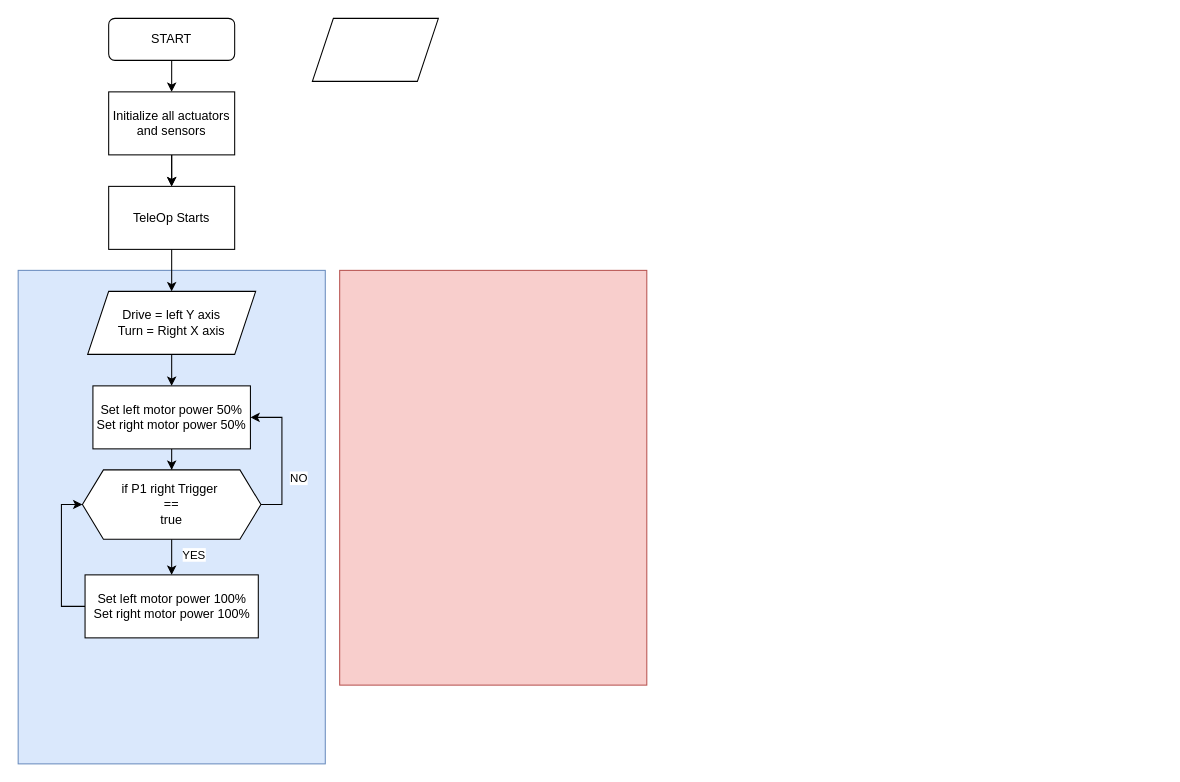
This is Untitled Diagram.drawio from CoderAhza/FTC-FGC, a draw.io file, before an edit. Source tidied: cells renumbered, new cells numbered last; positions are measured from the earlier drawing's top-left corner, leaving out a move shared by most shapes. Both pictures are drawn from the tidied source at 105%, with x=0, y=0 at pixel (18, 18).
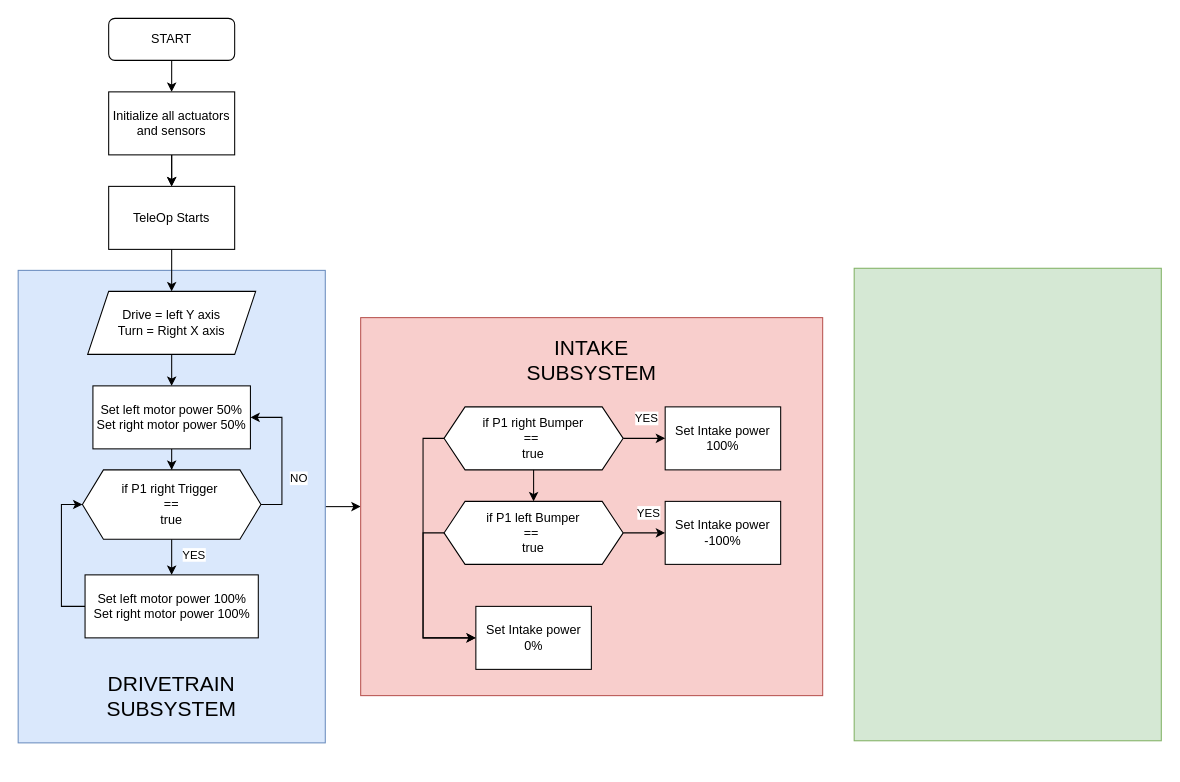
The same page after the edit.

What changed in the source:
```diff
@@
+    <mxCell id="23" style="edgeStyle=orthogonalEdgeStyle;rounded=0;jettySize=auto;html=1;exitX=1;exitY=0.5;exitDx=0;exitDy=0;entryX=0;entryY=0.5;entryDx=0;entryDy=0;" parent="1" edge="1" source="2" target="22">
+      <mxGeometry relative="1" as="geometry" />
+    </mxCell>
     <mxCell id="2" style="rounded=0;whiteSpace=wrap;html=1;fillColor=#dae8fc;strokeColor=#6c8ebf;" parent="1" vertex="1">
-      <mxGeometry x="-0.2" y="240" width="292.5" height="470" as="geometry" />
+      <mxGeometry x="-0.2" y="240" width="292.5" height="450" as="geometry" />
     </mxCell>
@@
-    <mxCell id="12" style="shape=parallelogram;perimeter=parallelogramPerimeter;whiteSpace=wrap;html=1;fixedSize=1;" parent="1" vertex="1">
-      <mxGeometry x="280" width="120" height="60" as="geometry" />
-    </mxCell>
@@
     <mxCell id="22" style="rounded=0;whiteSpace=wrap;html=1;fillColor=#f8cecc;strokeColor=#b85450;" parent="1" vertex="1">
-      <mxGeometry x="306" y="240" width="292.5" height="395" as="geometry" />
+      <mxGeometry x="326" y="285" width="440" height="360" as="geometry" />
     </mxCell>
+    <mxCell id="24" value="&lt;font style=&quot;font-size: 20px;&quot;&gt;DRIVETRAIN&lt;/font&gt;&lt;div style=&quot;font-size: 20px;&quot;&gt;&lt;font style=&quot;font-size: 20px;&quot;&gt;SUBSYSTEM&lt;/font&gt;&lt;/div&gt;" style="text;html=1;align=center;verticalAlign=middle;whiteSpace=wrap;rounded=0;" parent="1" vertex="1">
+      <mxGeometry x="116" y="630" width="60" height="30" as="geometry" />
+    </mxCell>
+    <mxCell id="25" value="&lt;span style=&quot;font-size: 20px;&quot;&gt;INTAKE&lt;/span&gt;&lt;br&gt;&lt;div style=&quot;font-size: 20px;&quot;&gt;&lt;font style=&quot;font-size: 20px;&quot;&gt;SUBSYSTEM&lt;/font&gt;&lt;/div&gt;" style="text;html=1;align=center;verticalAlign=middle;whiteSpace=wrap;rounded=0;" parent="1" vertex="1">
+      <mxGeometry x="516" y="310" width="60" height="30" as="geometry" />
+    </mxCell>
+    <mxCell id="26" style="edgeStyle=orthogonalEdgeStyle;rounded=0;jettySize=auto;html=1;exitX=1;exitY=0.5;exitDx=0;exitDy=0;entryX=0;entryY=0.5;entryDx=0;entryDy=0;" parent="1" edge="1" source="30" target="31">
+      <mxGeometry relative="1" as="geometry" />
+    </mxCell>
+    <mxCell id="27" value="YES" style="edgeLabel;html=1;align=center;verticalAlign=middle;" parent="26" vertex="1">
+      <mxGeometry x="0.22" relative="1" as="geometry">
+        <mxPoint x="-3" y="-20" as="offset" />
+      </mxGeometry>
+    </mxCell>
+    <mxCell id="28" style="edgeStyle=orthogonalEdgeStyle;rounded=0;jettySize=auto;html=1;exitX=0.5;exitY=1;exitDx=0;exitDy=0;" parent="1" edge="1" source="30" target="34">
+      <mxGeometry relative="1" as="geometry" />
+    </mxCell>
+    <mxCell id="29" style="edgeStyle=orthogonalEdgeStyle;rounded=0;jettySize=auto;html=1;exitX=0;exitY=0.5;exitDx=0;exitDy=0;entryX=0;entryY=0.5;entryDx=0;entryDy=0;" parent="1" edge="1" source="30" target="37">
+      <mxGeometry relative="1" as="geometry" />
+    </mxCell>
+    <mxCell id="30" value="if P1 right Bumper&lt;div&gt;==&amp;nbsp;&lt;/div&gt;&lt;div&gt;true&lt;/div&gt;" style="shape=hexagon;perimeter=hexagonPerimeter2;whiteSpace=wrap;html=1;fixedSize=1;" parent="1" vertex="1">
+      <mxGeometry x="405.4" y="370" width="170.6" height="60" as="geometry" />
+    </mxCell>
+    <mxCell id="31" value="Set Intake power 100%" style="rounded=0;whiteSpace=wrap;html=1;" parent="1" vertex="1">
+      <mxGeometry x="616" y="370" width="110" height="60" as="geometry" />
+    </mxCell>
+    <mxCell id="32" style="edgeStyle=orthogonalEdgeStyle;rounded=0;jettySize=auto;html=1;exitX=1;exitY=0.5;exitDx=0;exitDy=0;entryX=0;entryY=0.5;entryDx=0;entryDy=0;" parent="1" edge="1" source="34" target="35">
+      <mxGeometry relative="1" as="geometry" />
+    </mxCell>
+    <mxCell id="33" style="edgeStyle=orthogonalEdgeStyle;rounded=0;jettySize=auto;html=1;exitX=0;exitY=0.5;exitDx=0;exitDy=0;entryX=0;entryY=0.5;entryDx=0;entryDy=0;" parent="1" edge="1" source="34" target="37">
+      <mxGeometry relative="1" as="geometry" />
+    </mxCell>
+    <mxCell id="34" value="if P1 left Bumper&lt;div&gt;==&amp;nbsp;&lt;/div&gt;&lt;div&gt;true&lt;/div&gt;" style="shape=hexagon;perimeter=hexagonPerimeter2;whiteSpace=wrap;html=1;fixedSize=1;" parent="1" vertex="1">
+      <mxGeometry x="405.4" y="460" width="170.6" height="60" as="geometry" />
+    </mxCell>
+    <mxCell id="35" value="Set Intake power -100%" style="rounded=0;whiteSpace=wrap;html=1;" parent="1" vertex="1">
+      <mxGeometry x="616" y="460" width="110" height="60" as="geometry" />
+    </mxCell>
+    <mxCell id="36" value="YES" style="edgeLabel;html=1;align=center;verticalAlign=middle;" parent="1" vertex="1">
+      <mxGeometry x="606" y="420" as="geometry">
+        <mxPoint x="-7" y="50" as="offset" />
+      </mxGeometry>
+    </mxCell>
+    <mxCell id="37" value="Set Intake power 0%" style="rounded=0;whiteSpace=wrap;html=1;" parent="1" vertex="1">
+      <mxGeometry x="435.7" y="560" width="110" height="60" as="geometry" />
+    </mxCell>
+    <mxCell id="38" style="rounded=0;whiteSpace=wrap;html=1;fillColor=#d5e8d4;strokeColor=#82b366;" parent="1" vertex="1">
+      <mxGeometry x="796" y="238" width="292.5" height="450" as="geometry" />
+    </mxCell>
```
